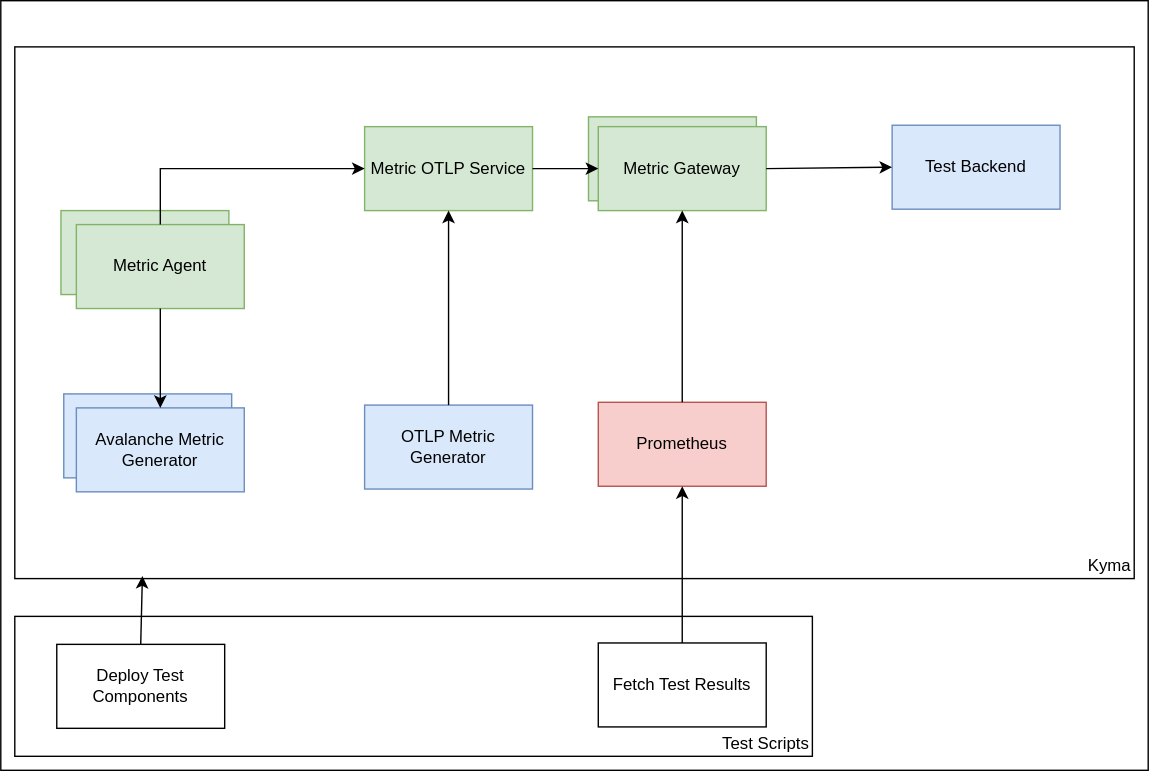
Above: docs/contributor/benchmarks/assets/metric_perf_test_setup.drawio.svg in kyma-project/telemetry-manager (draw.io), before the change. Source tidied: cells renumbered, new cells last; positions are measured from the earlier drawing's top-left corner, leaving out a move shared by most shapes. Its diagram source:
```xml
<mxGraphModel>
  <root>
    <mxCell id="0" />
    <mxCell id="1" parent="0" />
    <mxCell id="2" style="rounded=0;whiteSpace=wrap;html=1;" parent="1" vertex="1">
      <mxGeometry width="820" height="550" as="geometry" />
    </mxCell>
    <mxCell id="3" value="Kyma" style="rounded=0;whiteSpace=wrap;html=1;align=right;verticalAlign=bottom;" parent="1" vertex="1">
      <mxGeometry x="10" y="33" width="800" height="380" as="geometry" />
    </mxCell>
    <mxCell id="4" style="rounded=0;whiteSpace=wrap;html=1;fillColor=#d5e8d4;strokeColor=#82b366;" parent="1" vertex="1">
      <mxGeometry x="420" y="83" width="120" height="60" as="geometry" />
    </mxCell>
    <mxCell id="5" value="Metric Gateway" style="rounded=0;whiteSpace=wrap;html=1;fillColor=#d5e8d4;strokeColor=#82b366;" parent="1" vertex="1">
      <mxGeometry x="427" y="90" width="120" height="60" as="geometry" />
    </mxCell>
    <mxCell id="6" style="rounded=0;whiteSpace=wrap;html=1;fillColor=#d5e8d4;strokeColor=#82b366;" parent="1" vertex="1">
      <mxGeometry x="43" y="150" width="120" height="60" as="geometry" />
    </mxCell>
    <mxCell id="7" value="Metric Agent" style="rounded=0;whiteSpace=wrap;html=1;fillColor=#d5e8d4;strokeColor=#82b366;" parent="1" vertex="1">
      <mxGeometry x="54" y="160" width="120" height="60" as="geometry" />
    </mxCell>
    <mxCell id="8" value="Metric OTLP Service" style="rounded=0;whiteSpace=wrap;html=1;fillColor=#d5e8d4;strokeColor=#82b366;" parent="1" vertex="1">
      <mxGeometry x="260" y="90" width="120" height="60" as="geometry" />
    </mxCell>
    <mxCell id="9" style="endArrow=classic;html=1;rounded=0;exitX=0.5;exitY=0;exitDx=0;exitDy=0;entryX=0;entryY=0.5;entryDx=0;entryDy=0;" parent="1" edge="1" source="7" target="8">
      <mxGeometry relative="1" as="geometry">
        <Array as="points">
          <mxPoint x="114" y="120" />
        </Array>
      </mxGeometry>
    </mxCell>
    <mxCell id="10" style="endArrow=classic;html=1;rounded=0;exitX=1;exitY=0.5;exitDx=0;exitDy=0;entryX=0;entryY=0.5;entryDx=0;entryDy=0;" parent="1" edge="1" source="8" target="5">
      <mxGeometry relative="1" as="geometry" />
    </mxCell>
    <mxCell id="11" value="Prometheus" style="rounded=0;whiteSpace=wrap;html=1;fillColor=#f8cecc;strokeColor=#b85450;" parent="1" vertex="1">
      <mxGeometry x="427" y="287" width="120" height="60" as="geometry" />
    </mxCell>
    <mxCell id="12" style="endArrow=classic;html=1;rounded=0;exitX=0.5;exitY=0;exitDx=0;exitDy=0;entryX=0.5;entryY=1;entryDx=0;entryDy=0;" parent="1" edge="1" source="11" target="5">
      <mxGeometry relative="1" as="geometry" />
    </mxCell>
    <mxCell id="13" value="Test Backend" style="rounded=0;whiteSpace=wrap;html=1;fillColor=#dae8fc;strokeColor=#6c8ebf;" parent="1" vertex="1">
      <mxGeometry x="637" y="89" width="120" height="60" as="geometry" />
    </mxCell>
    <mxCell id="14" style="endArrow=classic;html=1;rounded=0;exitX=1;exitY=0.5;exitDx=0;exitDy=0;entryX=0;entryY=0.5;entryDx=0;entryDy=0;" parent="1" edge="1" source="5" target="13">
      <mxGeometry relative="1" as="geometry" />
    </mxCell>
    <mxCell id="15" value="OTLP Metric Generator" style="rounded=0;whiteSpace=wrap;html=1;fillColor=#dae8fc;strokeColor=#6c8ebf;" parent="1" vertex="1">
      <mxGeometry x="260" y="289" width="120" height="60" as="geometry" />
    </mxCell>
    <mxCell id="16" style="rounded=0;whiteSpace=wrap;html=1;fillColor=#dae8fc;strokeColor=#6c8ebf;" parent="1" vertex="1">
      <mxGeometry x="45" y="281" width="120" height="60" as="geometry" />
    </mxCell>
    <mxCell id="17" value="Avalanche Metric Generator" style="rounded=0;whiteSpace=wrap;html=1;fillColor=#dae8fc;strokeColor=#6c8ebf;" parent="1" vertex="1">
      <mxGeometry x="54" y="291" width="120" height="60" as="geometry" />
    </mxCell>
    <mxCell id="18" style="endArrow=classic;html=1;rounded=0;entryX=0.5;entryY=0;entryDx=0;entryDy=0;exitX=0.5;exitY=1;exitDx=0;exitDy=0;" parent="1" edge="1" source="7" target="17">
      <mxGeometry relative="1" as="geometry" />
    </mxCell>
    <mxCell id="19" style="endArrow=classic;html=1;rounded=0;exitX=0.5;exitY=0;exitDx=0;exitDy=0;entryX=0.5;entryY=1;entryDx=0;entryDy=0;" parent="1" edge="1" source="15" target="8">
      <mxGeometry relative="1" as="geometry" />
    </mxCell>
    <mxCell id="20" value="Test Scripts" style="rounded=0;whiteSpace=wrap;html=1;align=right;verticalAlign=bottom;" parent="1" vertex="1">
      <mxGeometry x="10" y="440" width="570" height="100" as="geometry" />
    </mxCell>
    <mxCell id="21" value="Deploy Test Components" style="rounded=0;whiteSpace=wrap;html=1;" parent="1" vertex="1">
      <mxGeometry x="40" y="460" width="120" height="60" as="geometry" />
    </mxCell>
    <mxCell id="22" value="Fetch Test Results" style="rounded=0;whiteSpace=wrap;html=1;" parent="1" vertex="1">
      <mxGeometry x="427" y="459" width="120" height="60" as="geometry" />
    </mxCell>
    <mxCell id="23" style="endArrow=classic;html=1;rounded=0;entryX=0.5;entryY=1;entryDx=0;entryDy=0;exitX=0.5;exitY=0;exitDx=0;exitDy=0;" parent="1" edge="1" source="22" target="11">
      <mxGeometry relative="1" as="geometry" />
    </mxCell>
    <mxCell id="24" style="endArrow=classic;html=1;rounded=0;exitX=0.5;exitY=0;exitDx=0;exitDy=0;entryX=0.114;entryY=0.995;entryDx=0;entryDy=0;entryPerimeter=0;" parent="1" edge="1" source="21" target="3">
      <mxGeometry relative="1" as="geometry" />
    </mxCell>
  </root>
</mxGraphModel>
```
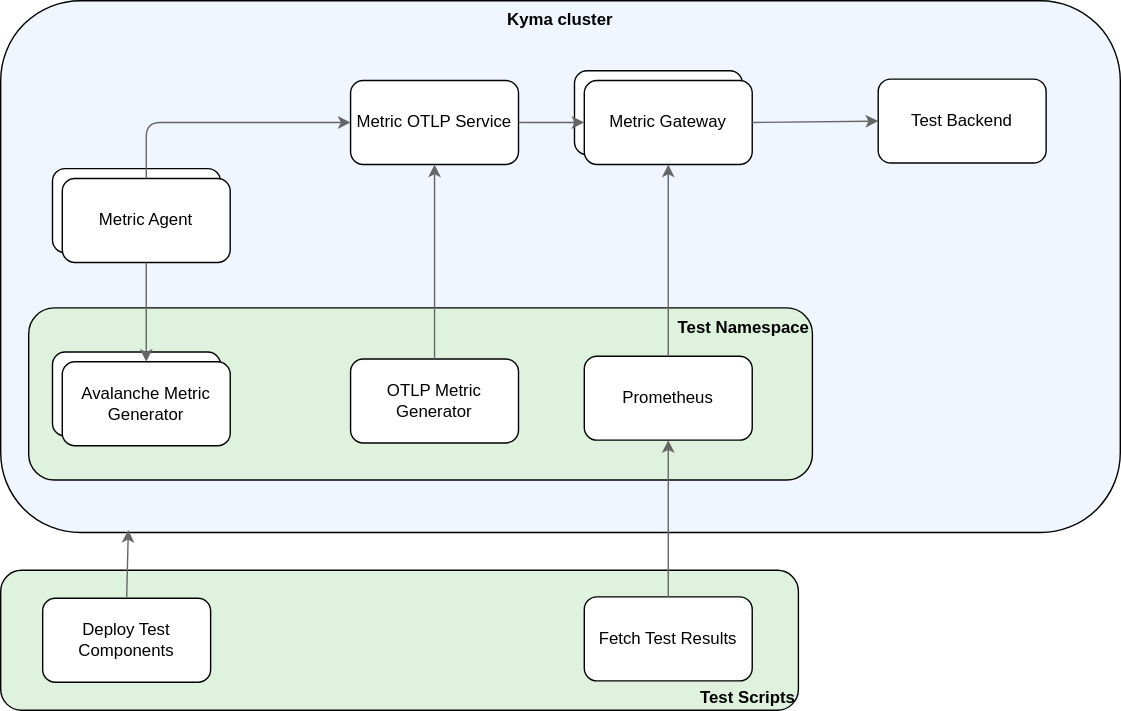
After the commit.

The edit, as a diff of the source:
```diff
@@ -1,78 +1,78 @@
-<mxGraphModel>
+<mxGraphModel background="#ffffff">
   <root>
     <mxCell id="0" />
     <mxCell id="1" parent="0" />
-    <mxCell id="2" style="rounded=0;whiteSpace=wrap;html=1;" parent="1" vertex="1">
-      <mxGeometry width="820" height="550" as="geometry" />
-    </mxCell>
-    <mxCell id="3" value="Kyma" style="rounded=0;whiteSpace=wrap;html=1;align=right;verticalAlign=bottom;" parent="1" vertex="1">
+    <mxCell id="3" value="Kyma cluster" style="rounded=1;whiteSpace=wrap;html=1;align=center;verticalAlign=top;fontStyle=1;fillColor=#F0F6FF;" parent="1" vertex="1">
       <mxGeometry x="10" y="33" width="800" height="380" as="geometry" />
     </mxCell>
-    <mxCell id="4" style="rounded=0;whiteSpace=wrap;html=1;fillColor=#d5e8d4;strokeColor=#82b366;" parent="1" vertex="1">
+    <mxCell id="4" style="rounded=1;whiteSpace=wrap;html=1;" parent="1" vertex="1">
       <mxGeometry x="420" y="83" width="120" height="60" as="geometry" />
     </mxCell>
-    <mxCell id="5" value="Metric Gateway" style="rounded=0;whiteSpace=wrap;html=1;fillColor=#d5e8d4;strokeColor=#82b366;" parent="1" vertex="1">
+    <mxCell id="5" value="Metric Gateway" style="rounded=1;whiteSpace=wrap;html=1;" parent="1" vertex="1">
       <mxGeometry x="427" y="90" width="120" height="60" as="geometry" />
     </mxCell>
-    <mxCell id="6" style="rounded=0;whiteSpace=wrap;html=1;fillColor=#d5e8d4;strokeColor=#82b366;" parent="1" vertex="1">
-      <mxGeometry x="43" y="150" width="120" height="60" as="geometry" />
+    <mxCell id="6" style="rounded=1;whiteSpace=wrap;html=1;" parent="1" vertex="1">
+      <mxGeometry x="47" y="153" width="120" height="60" as="geometry" />
     </mxCell>
-    <mxCell id="7" value="Metric Agent" style="rounded=0;whiteSpace=wrap;html=1;fillColor=#d5e8d4;strokeColor=#82b366;" parent="1" vertex="1">
+    <mxCell id="7" value="Metric Agent" style="rounded=1;whiteSpace=wrap;html=1;" parent="1" vertex="1">
       <mxGeometry x="54" y="160" width="120" height="60" as="geometry" />
     </mxCell>
-    <mxCell id="8" value="Metric OTLP Service" style="rounded=0;whiteSpace=wrap;html=1;fillColor=#d5e8d4;strokeColor=#82b366;" parent="1" vertex="1">
+    <mxCell id="8" value="Metric OTLP Service" style="rounded=1;whiteSpace=wrap;html=1;" parent="1" vertex="1">
       <mxGeometry x="260" y="90" width="120" height="60" as="geometry" />
     </mxCell>
-    <mxCell id="9" style="endArrow=classic;html=1;rounded=0;exitX=0.5;exitY=0;exitDx=0;exitDy=0;entryX=0;entryY=0.5;entryDx=0;entryDy=0;" parent="1" edge="1" source="7" target="8">
+    <mxCell id="9" style="endArrow=classic;html=1;rounded=1;exitX=0.5;exitY=0;exitDx=0;exitDy=0;entryX=0;entryY=0.5;entryDx=0;entryDy=0;curved=0;strokeColor=#666666;" parent="1" edge="1" source="7" target="8">
       <mxGeometry relative="1" as="geometry">
         <Array as="points">
           <mxPoint x="114" y="120" />
         </Array>
       </mxGeometry>
     </mxCell>
-    <mxCell id="10" style="endArrow=classic;html=1;rounded=0;exitX=1;exitY=0.5;exitDx=0;exitDy=0;entryX=0;entryY=0.5;entryDx=0;entryDy=0;" parent="1" edge="1" source="8" target="5">
+    <mxCell id="10" style="endArrow=classic;html=1;rounded=1;exitX=1;exitY=0.5;exitDx=0;exitDy=0;entryX=0;entryY=0.5;entryDx=0;entryDy=0;curved=0;strokeColor=#666666;" parent="1" edge="1" source="8" target="5">
       <mxGeometry relative="1" as="geometry" />
     </mxCell>
+    <mxCell id="25" value="Test Namespace" style="rounded=1;whiteSpace=wrap;html=1;fillColor=#DEF2DD;fontStyle=1;verticalAlign=top;align=right;" parent="1" vertex="1">
+      <mxGeometry x="30" y="252.5" width="560" height="123" as="geometry" />
+    </mxCell>
-    <mxCell id="11" value="Prometheus" style="rounded=0;whiteSpace=wrap;html=1;fillColor=#f8cecc;strokeColor=#b85450;" parent="1" vertex="1">
+    <mxCell id="11" value="Prometheus" style="rounded=1;whiteSpace=wrap;html=1;" parent="1" vertex="1">
       <mxGeometry x="427" y="287" width="120" height="60" as="geometry" />
     </mxCell>
-    <mxCell id="12" style="endArrow=classic;html=1;rounded=0;exitX=0.5;exitY=0;exitDx=0;exitDy=0;entryX=0.5;entryY=1;entryDx=0;entryDy=0;" parent="1" edge="1" source="11" target="5">
+    <mxCell id="12" style="endArrow=classic;html=1;rounded=1;exitX=0.5;exitY=0;exitDx=0;exitDy=0;entryX=0.5;entryY=1;entryDx=0;entryDy=0;curved=0;strokeColor=#666666;" parent="1" edge="1" source="11" target="5">
       <mxGeometry relative="1" as="geometry" />
     </mxCell>
-    <mxCell id="13" value="Test Backend" style="rounded=0;whiteSpace=wrap;html=1;fillColor=#dae8fc;strokeColor=#6c8ebf;" parent="1" vertex="1">
+    <mxCell id="13" value="Test Backend" style="rounded=1;whiteSpace=wrap;html=1;" parent="1" vertex="1">
       <mxGeometry x="637" y="89" width="120" height="60" as="geometry" />
     </mxCell>
-    <mxCell id="14" style="endArrow=classic;html=1;rounded=0;exitX=1;exitY=0.5;exitDx=0;exitDy=0;entryX=0;entryY=0.5;entryDx=0;entryDy=0;" parent="1" edge="1" source="5" target="13">
+    <mxCell id="14" style="endArrow=classic;html=1;rounded=1;exitX=1;exitY=0.5;exitDx=0;exitDy=0;entryX=0;entryY=0.5;entryDx=0;entryDy=0;curved=0;strokeColor=#666666;" parent="1" edge="1" source="5" target="13">
       <mxGeometry relative="1" as="geometry" />
     </mxCell>
-    <mxCell id="15" value="OTLP Metric Generator" style="rounded=0;whiteSpace=wrap;html=1;fillColor=#dae8fc;strokeColor=#6c8ebf;" parent="1" vertex="1">
+    <mxCell id="15" value="OTLP Metric Generator" style="rounded=1;whiteSpace=wrap;html=1;" parent="1" vertex="1">
       <mxGeometry x="260" y="289" width="120" height="60" as="geometry" />
     </mxCell>
-    <mxCell id="16" style="rounded=0;whiteSpace=wrap;html=1;fillColor=#dae8fc;strokeColor=#6c8ebf;" parent="1" vertex="1">
-      <mxGeometry x="45" y="281" width="120" height="60" as="geometry" />
+    <mxCell id="16" style="rounded=1;whiteSpace=wrap;html=1;" parent="1" vertex="1">
+      <mxGeometry x="47" y="284" width="120" height="60" as="geometry" />
     </mxCell>
-    <mxCell id="17" value="Avalanche Metric Generator" style="rounded=0;whiteSpace=wrap;html=1;fillColor=#dae8fc;strokeColor=#6c8ebf;" parent="1" vertex="1">
+    <mxCell id="17" value="Avalanche Metric Generator" style="rounded=1;whiteSpace=wrap;html=1;" parent="1" vertex="1">
       <mxGeometry x="54" y="291" width="120" height="60" as="geometry" />
     </mxCell>
-    <mxCell id="18" style="endArrow=classic;html=1;rounded=0;entryX=0.5;entryY=0;entryDx=0;entryDy=0;exitX=0.5;exitY=1;exitDx=0;exitDy=0;" parent="1" edge="1" source="7" target="17">
+    <mxCell id="18" style="endArrow=classic;html=1;rounded=1;entryX=0.5;entryY=0;entryDx=0;entryDy=0;exitX=0.5;exitY=1;exitDx=0;exitDy=0;curved=0;strokeColor=#666666;" parent="1" edge="1" source="7" target="17">
       <mxGeometry relative="1" as="geometry" />
     </mxCell>
-    <mxCell id="19" style="endArrow=classic;html=1;rounded=0;exitX=0.5;exitY=0;exitDx=0;exitDy=0;entryX=0.5;entryY=1;entryDx=0;entryDy=0;" parent="1" edge="1" source="15" target="8">
+    <mxCell id="19" style="endArrow=classic;html=1;rounded=1;exitX=0.5;exitY=0;exitDx=0;exitDy=0;entryX=0.5;entryY=1;entryDx=0;entryDy=0;curved=0;strokeColor=#666666;" parent="1" edge="1" source="15" target="8">
       <mxGeometry relative="1" as="geometry" />
     </mxCell>
-    <mxCell id="20" value="Test Scripts" style="rounded=0;whiteSpace=wrap;html=1;align=right;verticalAlign=bottom;" parent="1" vertex="1">
+    <mxCell id="20" value="Test Scripts" style="rounded=1;whiteSpace=wrap;html=1;align=right;verticalAlign=bottom;fontStyle=1;fillColor=#DEF2DD;" parent="1" vertex="1">
       <mxGeometry x="10" y="440" width="570" height="100" as="geometry" />
     </mxCell>
-    <mxCell id="21" value="Deploy Test Components" style="rounded=0;whiteSpace=wrap;html=1;" parent="1" vertex="1">
+    <mxCell id="21" value="Deploy Test Components" style="rounded=1;whiteSpace=wrap;html=1;" parent="1" vertex="1">
       <mxGeometry x="40" y="460" width="120" height="60" as="geometry" />
     </mxCell>
-    <mxCell id="22" value="Fetch Test Results" style="rounded=0;whiteSpace=wrap;html=1;" parent="1" vertex="1">
+    <mxCell id="22" value="Fetch Test Results" style="rounded=1;whiteSpace=wrap;html=1;" parent="1" vertex="1">
       <mxGeometry x="427" y="459" width="120" height="60" as="geometry" />
     </mxCell>
-    <mxCell id="23" style="endArrow=classic;html=1;rounded=0;entryX=0.5;entryY=1;entryDx=0;entryDy=0;exitX=0.5;exitY=0;exitDx=0;exitDy=0;" parent="1" edge="1" source="22" target="11">
+    <mxCell id="23" style="endArrow=classic;html=1;rounded=1;entryX=0.5;entryY=1;entryDx=0;entryDy=0;exitX=0.5;exitY=0;exitDx=0;exitDy=0;curved=0;strokeColor=#666666;" parent="1" edge="1" source="22" target="11">
       <mxGeometry relative="1" as="geometry" />
     </mxCell>
-    <mxCell id="24" style="endArrow=classic;html=1;rounded=0;exitX=0.5;exitY=0;exitDx=0;exitDy=0;entryX=0.114;entryY=0.995;entryDx=0;entryDy=0;entryPerimeter=0;" parent="1" edge="1" source="21" target="3">
+    <mxCell id="24" style="endArrow=classic;html=1;rounded=1;exitX=0.5;exitY=0;exitDx=0;exitDy=0;entryX=0.114;entryY=0.995;entryDx=0;entryDy=0;entryPerimeter=0;curved=0;strokeColor=#666666;" parent="1" edge="1" source="21" target="3">
       <mxGeometry relative="1" as="geometry" />
     </mxCell>
   </root>
```
